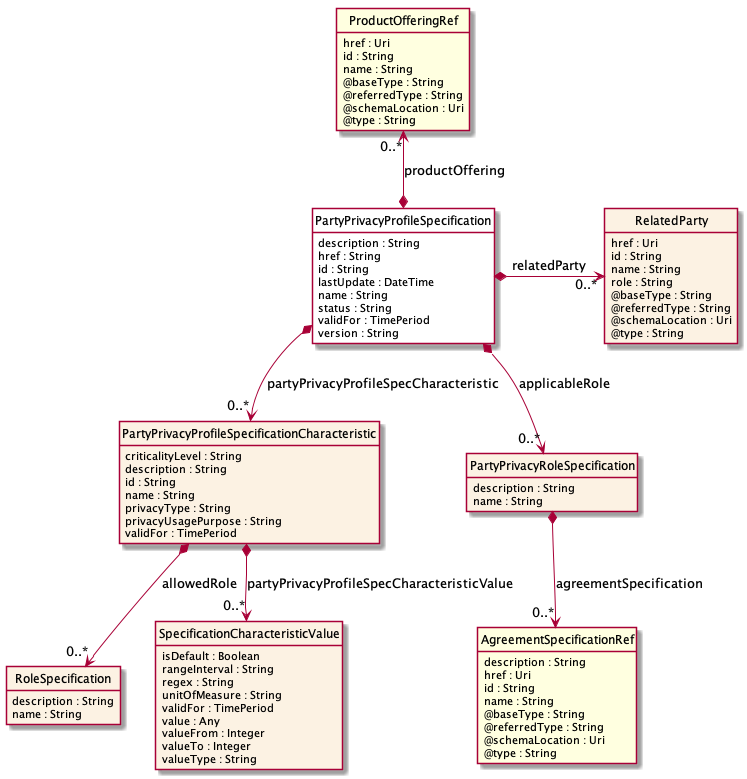
tmforum-apis/Open_Api_And_Data_Model keeps this PlantUML diagram as apis/TMF644_Privacy/documentation/diagrams/Resource_PartyPrivacyProfileSpecification.png. Above is the earlier version.
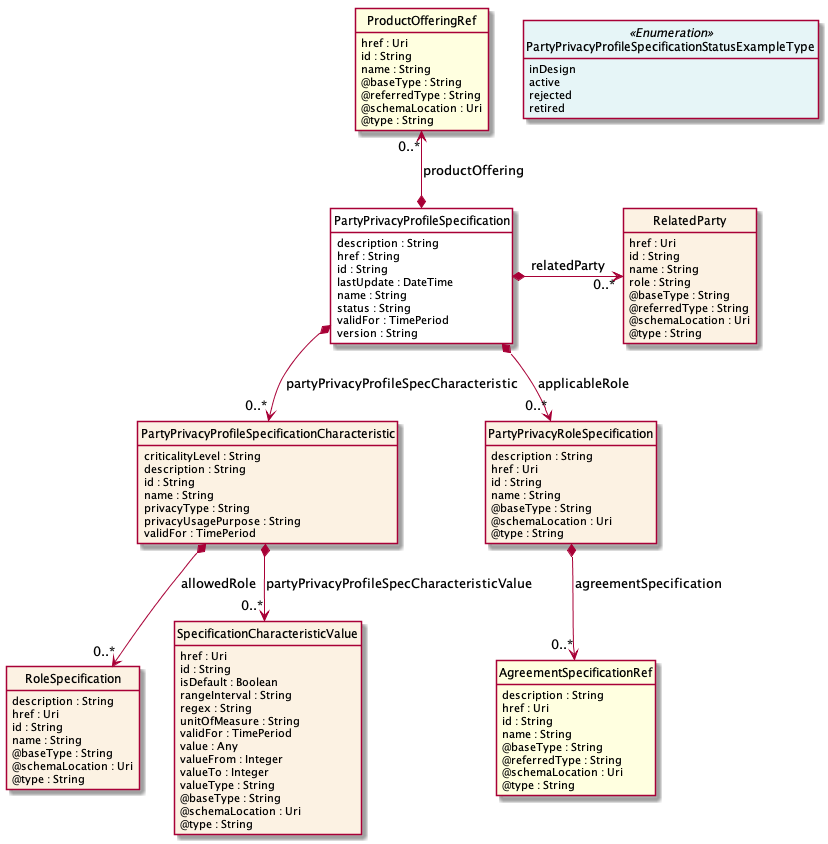
The same diagram one commit later.

Diff of the diagram source:
```diff
@@ -19,6 +19,13 @@
     status : String
     validFor : TimePeriod
     version : String
+}
+
+class PartyPrivacyProfileSpecificationStatusExampleType <<Enumeration>> {
+    inDesign
+    active
+    rejected
+    retired
 }
 
 class ProductOfferingRef  <<Ref>> {
@@ -43,10 +50,17 @@
 
 class RoleSpecification  {
     description : String
+    href : Uri
+    id : String
     name : String
+    @baseType : String
+    @schemaLocation : Uri
+    @type : String
 }
 
 class SpecificationCharacteristicValue  {
+    href : Uri
+    id : String
     isDefault : Boolean
     rangeInterval : String
     regex : String
@@ -56,11 +70,19 @@
     valueFrom : Integer
     valueTo : Integer
     valueType : String
+    @baseType : String
+    @schemaLocation : Uri
+    @type : String
 }
 
 class PartyPrivacyRoleSpecification  {
     description : String
+    href : Uri
+    id : String
     name : String
+    @baseType : String
+    @schemaLocation : Uri
+    @type : String
 }
 
 class AgreementSpecificationRef  <<Ref>> {
```
